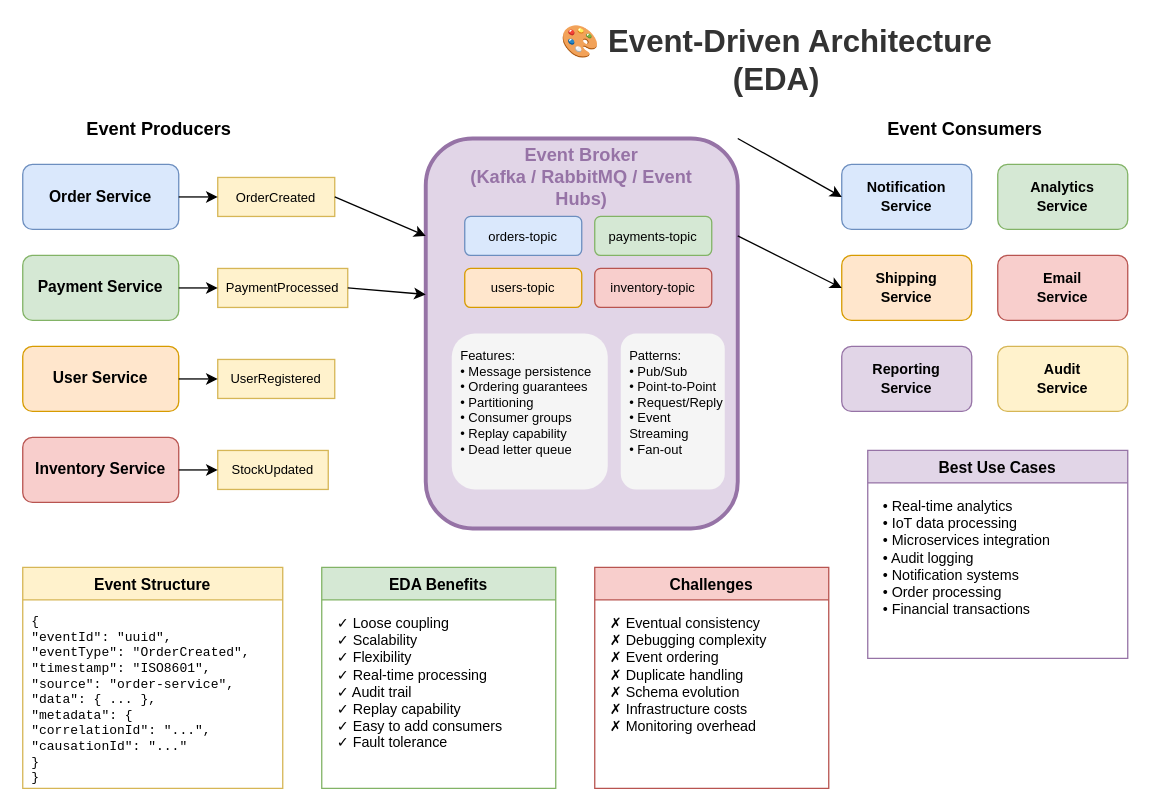
MrParkerZ7/document-lesson-software-architect-x-claude keeps this draw.io diagram as lesson-01-software-design-architecture/diagrams/2.5-event-driven-architecture.drawio. Above is the earlier version. Source tidied: cells renumbered, new cells numbered last; positions are measured from the earlier drawing's top-left corner, leaving out a move shared by most shapes. Both pictures are drawn from the tidied source at 130%, with x=0, y=0 at pixel (22, 34).
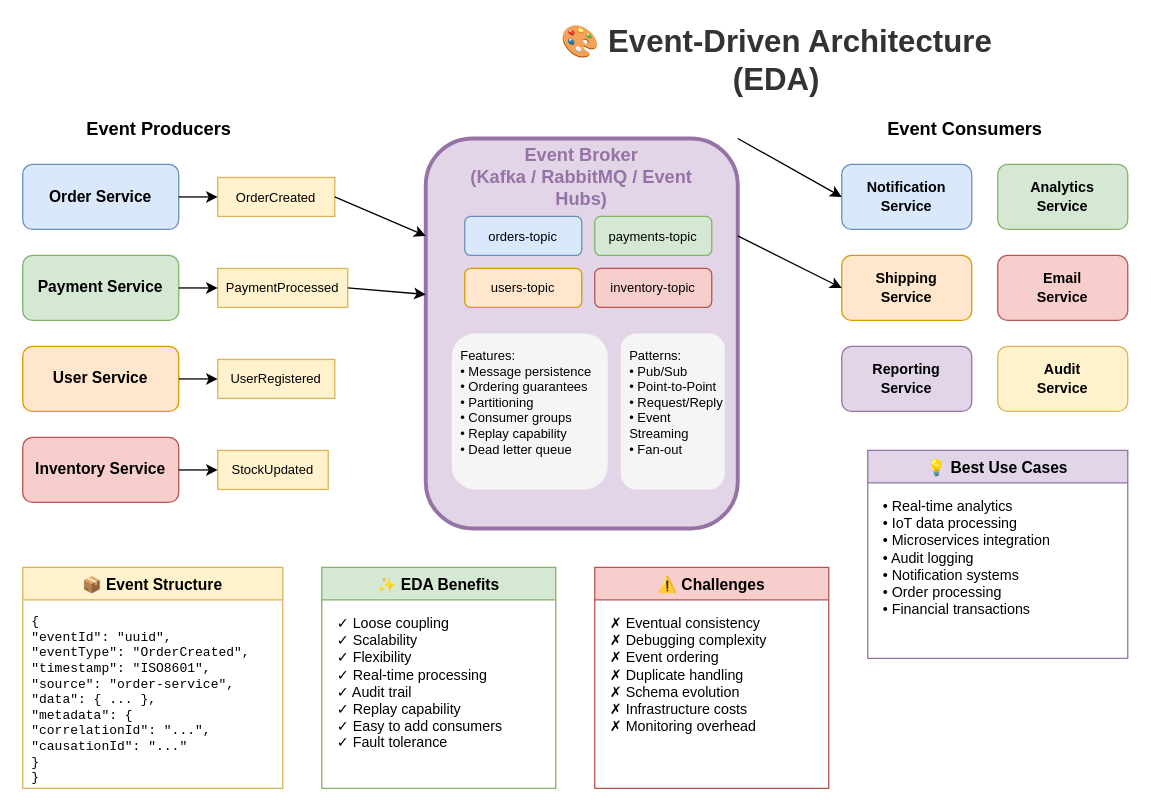
The same page after the edit.

Diff of the diagram source:
```diff
@@
-    <mxCell id="35" value="Event Structure" style="swimlane;fontStyle=1;align=center;verticalAlign=top;horizontal=1;startSize=25;fillColor=#fff2cc;strokeColor=#d6b656;" parent="1" vertex="1">
+    <mxCell id="35" value="📦 Event Structure" style="swimlane;fontStyle=1;align=center;verticalAlign=top;horizontal=1;startSize=25;fillColor=#fff2cc;strokeColor=#d6b656;" parent="1" vertex="1">
       <mxGeometry y="410" width="200" height="170" as="geometry" />
     </mxCell>
@@
-    <mxCell id="37" value="EDA Benefits" style="swimlane;fontStyle=1;align=center;verticalAlign=top;horizontal=1;startSize=25;fillColor=#d5e8d4;strokeColor=#82b366;" parent="1" vertex="1">
+    <mxCell id="37" value="✨ EDA Benefits" style="swimlane;fontStyle=1;align=center;verticalAlign=top;horizontal=1;startSize=25;fillColor=#d5e8d4;strokeColor=#82b366;" parent="1" vertex="1">
       <mxGeometry x="230" y="410" width="180" height="170" as="geometry" />
     </mxCell>
@@
-    <mxCell id="39" value="Challenges" style="swimlane;fontStyle=1;align=center;verticalAlign=top;horizontal=1;startSize=25;fillColor=#f8cecc;strokeColor=#b85450;" parent="1" vertex="1">
+    <mxCell id="39" value="⚠️ Challenges" style="swimlane;fontStyle=1;align=center;verticalAlign=top;horizontal=1;startSize=25;fillColor=#f8cecc;strokeColor=#b85450;" parent="1" vertex="1">
       <mxGeometry x="440" y="410" width="180" height="170" as="geometry" />
     </mxCell>
@@
-    <mxCell id="41" value="Best Use Cases" style="swimlane;fontStyle=1;align=center;verticalAlign=top;horizontal=1;startSize=25;fillColor=#e1d5e7;strokeColor=#9673a6;" parent="1" vertex="1">
+    <mxCell id="41" value="💡 Best Use Cases" style="swimlane;fontStyle=1;align=center;verticalAlign=top;horizontal=1;startSize=25;fillColor=#e1d5e7;strokeColor=#9673a6;" parent="1" vertex="1">
       <mxGeometry x="650" y="320" width="200" height="160" as="geometry" />
     </mxCell>
```
